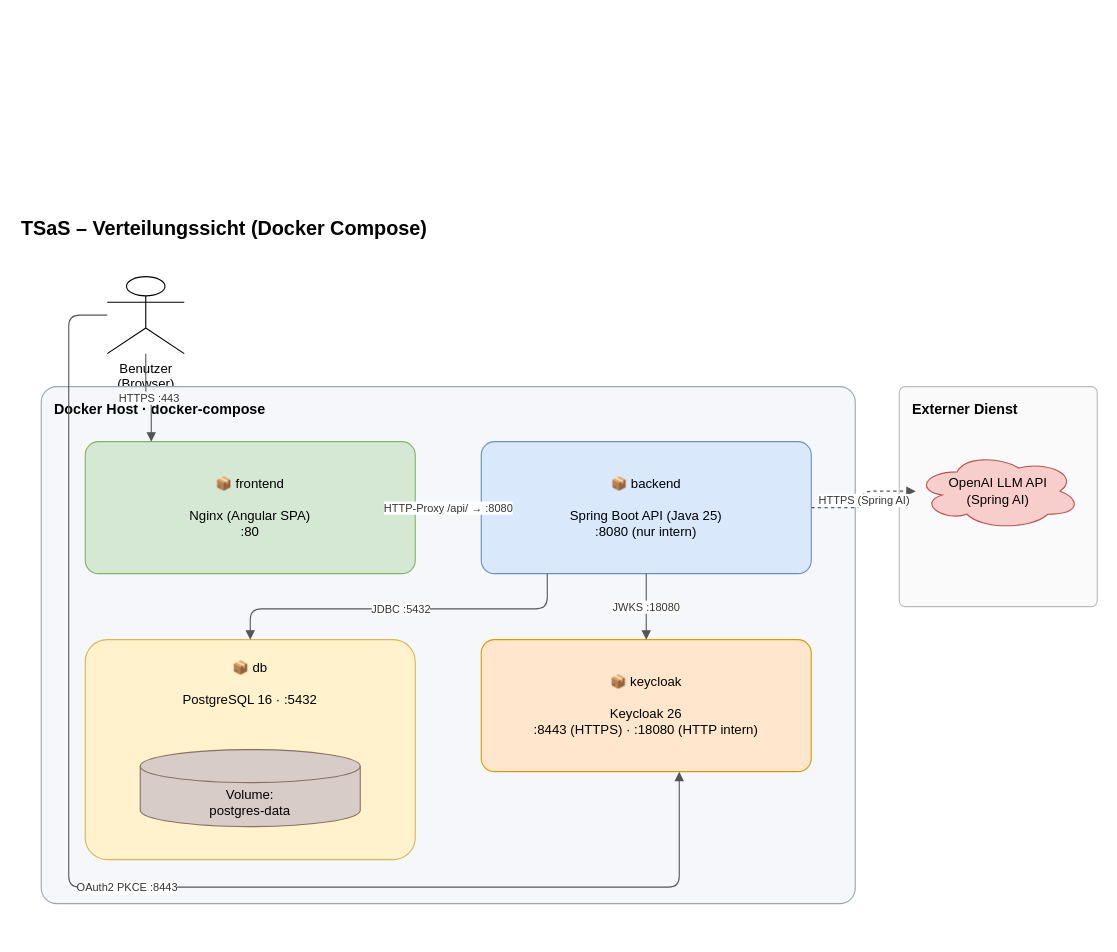
cbo1970/tsas keeps this draw.io diagram as doc/sad/diagrams/TSaS_Deployment.drawio. Above is the earlier version. Source tidied: cells renumbered, new cells numbered last; positions are measured from the earlier drawing's top-left corner, leaving out a move shared by most shapes. Both pictures are drawn from the tidied source at 110%, with x=0, y=0 at pixel (19, 212).
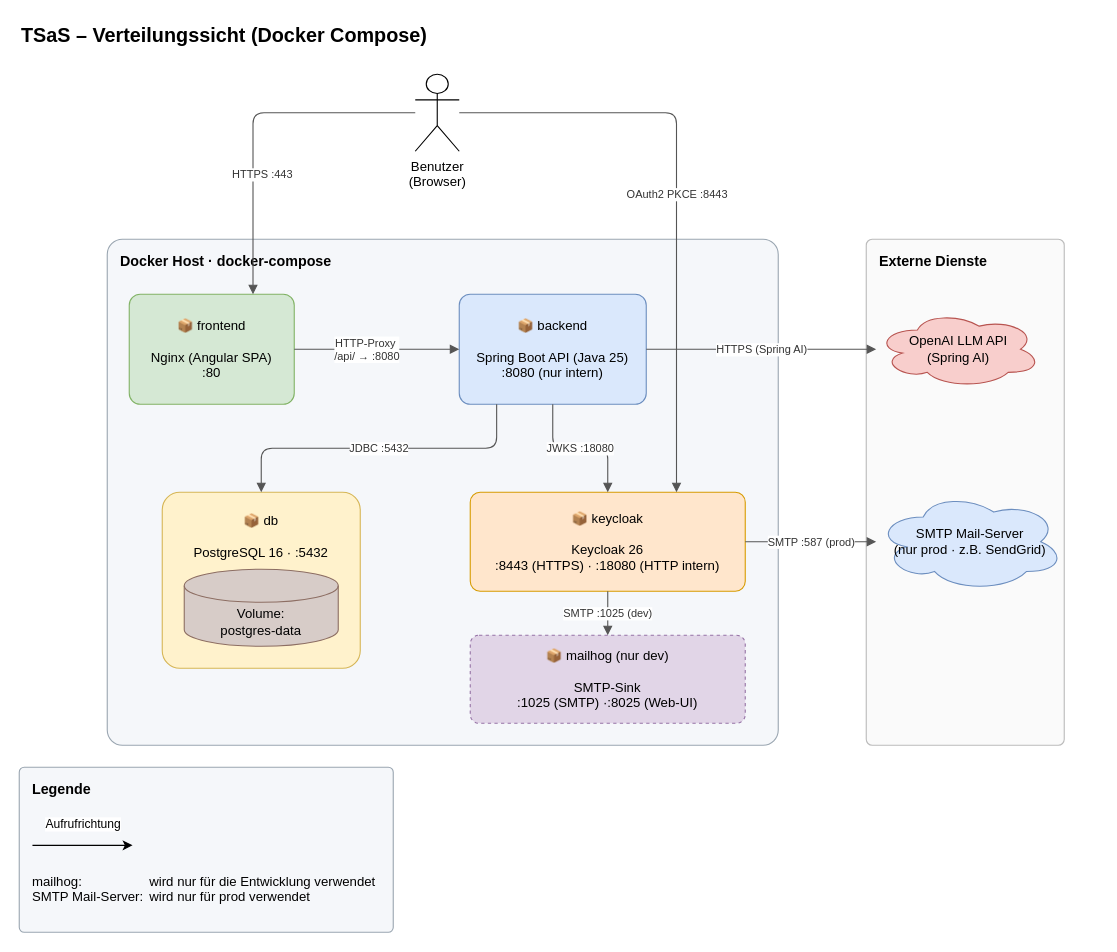
Above is the later version.

The edit, as a diff of the source:
```diff
@@
     <mxCell id="2" value="TSaS – Verteilungssicht (Docker Compose)" style="text;html=1;strokeColor=none;fillColor=none;align=left;verticalAlign=middle;fontStyle=1;fontSize=18;" parent="1" vertex="1">
-      <mxGeometry width="640" height="30" as="geometry" />
+      <mxGeometry y="-176" width="640" height="30" as="geometry" />
     </mxCell>
-    <mxCell id="3" value="Benutzer&#10;(Browser)" style="shape=umlActor;verticalLabelPosition=bottom;verticalAlign=top;html=1;outlineConnect=0;fontSize=12;" parent="1" vertex="1">
-      <mxGeometry x="80" y="58" width="70" height="70" as="geometry" />
-    </mxCell>
     <mxCell id="4" value="Docker Host · docker-compose" style="rounded=1;arcSize=3;whiteSpace=wrap;html=1;fillColor=#F5F7FA;strokeColor=#9AA6B1;verticalAlign=top;align=left;fontStyle=1;fontSize=13;spacingLeft=10;spacingTop=6;" parent="1" vertex="1">
-      <mxGeometry x="20" y="158" width="740" height="470" as="geometry" />
+      <mxGeometry x="80" y="24" width="610" height="460" as="geometry" />
     </mxCell>
     <mxCell id="5" value="📦 frontend&#10;&#10;Nginx (Angular SPA)&#10;:80" style="rounded=1;arcSize=10;whiteSpace=wrap;html=1;fillColor=#D5E8D4;strokeColor=#82B366;fontSize=12;align=center;" parent="1" vertex="1">
-      <mxGeometry x="60" y="208" width="300" height="120" as="geometry" />
+      <mxGeometry x="100" y="74" width="150" height="100" as="geometry" />
     </mxCell>
     <mxCell id="6" value="📦 backend&#10;&#10;Spring Boot API (Java 25)&#10;:8080 (nur intern)" style="rounded=1;arcSize=10;whiteSpace=wrap;html=1;fillColor=#DAE8FC;strokeColor=#6C8EBF;fontSize=12;align=center;" parent="1" vertex="1">
-      <mxGeometry x="420" y="208" width="300" height="120" as="geometry" />
+      <mxGeometry x="400" y="74" width="170" height="100" as="geometry" />
     </mxCell>
     <mxCell id="7" value="📦 db&#10;&#10;PostgreSQL 16 · :5432" style="rounded=1;arcSize=10;whiteSpace=wrap;html=1;fillColor=#FFF2CC;strokeColor=#D6B656;fontSize=12;align=center;verticalAlign=top;spacingTop=12;" parent="1" vertex="1">
-      <mxGeometry x="60" y="388" width="300" height="200" as="geometry" />
+      <mxGeometry x="130" y="254" width="180" height="160" as="geometry" />
     </mxCell>
     <mxCell id="8" value="Volume:&#10;postgres-data" style="shape=cylinder3;whiteSpace=wrap;html=1;boundedLbl=1;backgroundOutline=1;fillColor=#D7CCC8;strokeColor=#8D6E63;fontSize=12;" parent="1" vertex="1">
-      <mxGeometry x="110" y="488" width="200" height="70" as="geometry" />
+      <mxGeometry x="150" y="324" width="140" height="70" as="geometry" />
     </mxCell>
     <mxCell id="9" value="📦 keycloak&#10;&#10;Keycloak 26&#10;:8443 (HTTPS) · :18080 (HTTP intern)" style="rounded=1;arcSize=10;whiteSpace=wrap;html=1;fillColor=#FFE6CC;strokeColor=#D79B00;fontSize=12;align=center;" parent="1" vertex="1">
-      <mxGeometry x="420" y="388" width="300" height="120" as="geometry" />
+      <mxGeometry x="410" y="254" width="250" height="90" as="geometry" />
     </mxCell>
-    <mxCell id="10" value="Externer Dienst" style="rounded=1;arcSize=3;whiteSpace=wrap;html=1;fillColor=#FAFAFA;strokeColor=#BBBBBB;verticalAlign=top;align=left;fontStyle=1;fontSize=13;spacingLeft=10;spacingTop=6;" parent="1" vertex="1">
-      <mxGeometry x="800" y="158" width="180" height="200" as="geometry" />
+    <mxCell id="10" value="Externe Dienste" style="rounded=1;arcSize=3;whiteSpace=wrap;html=1;fillColor=#FAFAFA;strokeColor=#BBBBBB;verticalAlign=top;align=left;fontStyle=1;fontSize=13;spacingLeft=10;spacingTop=6;" parent="1" vertex="1">
+      <mxGeometry x="770" y="24" width="180" height="460" as="geometry" />
     </mxCell>
     <mxCell id="11" value="OpenAI LLM API&#10;(Spring AI)" style="shape=cloud;whiteSpace=wrap;html=1;fillColor=#F8CECC;strokeColor=#B85450;fontSize=12;" parent="1" vertex="1">
-      <mxGeometry x="815" y="218" width="150" height="70" as="geometry" />
+      <mxGeometry x="779" y="89" width="150" height="70" as="geometry" />
     </mxCell>
-    <mxCell id="12" value="HTTPS :443" style="edgeStyle=orthogonalEdgeStyle;rounded=1;jettySize=auto;html=1;fontSize=10;labelBackgroundColor=#FFFFFF;endArrow=block;strokeColor=#555555;fontColor=#333333;exitX=0.5;exitY=1;exitDx=0;exitDy=0;entryX=0.2;entryY=0;entryDx=0;entryDy=0;" parent="1" edge="1" source="3" target="5">
-      <mxGeometry relative="1" as="geometry" />
+    <mxCell id="12" value="HTTPS :443" style="rounded=1;jettySize=auto;html=1;fontSize=10;labelBackgroundColor=#FFFFFF;endArrow=block;strokeColor=#555555;fontColor=#333333;entryX=0.75;entryY=0;entryDx=0;entryDy=0;edgeStyle=orthogonalEdgeStyle;" parent="1" edge="1" source="3" target="5">
+      <mxGeometry x="0.3" y="8" relative="1" as="geometry" />
     </mxCell>
-    <mxCell id="13" value="HTTP-Proxy /api/ → :8080" style="edgeStyle=orthogonalEdgeStyle;rounded=1;jettySize=auto;html=1;fontSize=10;labelBackgroundColor=#FFFFFF;endArrow=block;strokeColor=#555555;fontColor=#333333;exitX=1;exitY=0.5;exitDx=0;exitDy=0;entryX=0;entryY=0.5;entryDx=0;entryDy=0;" parent="1" edge="1" source="5" target="6">
-      <mxGeometry relative="1" as="geometry" />
+    <mxCell id="13" value="HTTP-Proxy&amp;nbsp;&lt;div&gt;/api/ → :8080&lt;/div&gt;" style="edgeStyle=orthogonalEdgeStyle;rounded=1;jettySize=auto;html=1;fontSize=10;labelBackgroundColor=#FFFFFF;endArrow=block;strokeColor=#555555;fontColor=#333333;exitX=1;exitY=0.5;exitDx=0;exitDy=0;entryX=0;entryY=0.5;entryDx=0;entryDy=0;" parent="1" edge="1" source="5" target="6">
+      <mxGeometry x="-0.12" relative="1" as="geometry" />
     </mxCell>
-    <mxCell id="14" value="JDBC :5432" style="edgeStyle=orthogonalEdgeStyle;rounded=1;jettySize=auto;html=1;fontSize=10;labelBackgroundColor=#FFFFFF;endArrow=block;strokeColor=#555555;fontColor=#333333;exitX=0.2;exitY=1;exitDx=0;exitDy=0;entryX=0.5;entryY=0;entryDx=0;entryDy=0;" parent="1" edge="1" source="6" target="7">
-      <mxGeometry relative="1" as="geometry">
-        <Array as="points">
-          <mxPoint x="480" y="360" />
-          <mxPoint x="210" y="360" />
-        </Array>
-      </mxGeometry>
+    <mxCell id="14" value="JDBC :5432" style="rounded=1;jettySize=auto;html=1;fontSize=10;labelBackgroundColor=#FFFFFF;endArrow=block;strokeColor=#555555;fontColor=#333333;exitX=0.2;exitY=1;exitDx=0;exitDy=0;entryX=0.5;entryY=0;entryDx=0;entryDy=0;edgeStyle=orthogonalEdgeStyle;" parent="1" edge="1" source="6" target="7">
+      <mxGeometry relative="1" as="geometry" />
     </mxCell>
@@
-    <mxCell id="16" value="OAuth2 PKCE :8443" style="edgeStyle=orthogonalEdgeStyle;rounded=1;jettySize=auto;html=1;fontSize=10;labelBackgroundColor=#FFFFFF;endArrow=block;strokeColor=#555555;fontColor=#333333;exitX=0;exitY=0.5;exitDx=0;exitDy=0;entryX=0.6;entryY=1;entryDx=0;entryDy=0;" parent="1" edge="1" source="3" target="9">
-      <mxGeometry relative="1" as="geometry">
-        <Array as="points">
-          <mxPoint x="45" y="93" />
-          <mxPoint x="45" y="613" />
-          <mxPoint x="600" y="613" />
-        </Array>
-      </mxGeometry>
+    <mxCell id="16" value="OAuth2 PKCE :8443" style="rounded=1;jettySize=auto;html=1;fontSize=10;labelBackgroundColor=#FFFFFF;endArrow=block;strokeColor=#555555;fontColor=#333333;entryX=0.75;entryY=0;entryDx=0;entryDy=0;edgeStyle=orthogonalEdgeStyle;" parent="1" edge="1" source="3" target="9">
+      <mxGeometry relative="1" as="geometry" />
     </mxCell>
-    <mxCell id="17" value="HTTPS (Spring AI)" style="edgeStyle=orthogonalEdgeStyle;rounded=1;jettySize=auto;html=1;fontSize=10;labelBackgroundColor=#FFFFFF;endArrow=block;strokeColor=#555555;fontColor=#333333;dashed=1;exitX=1;exitY=0.5;exitDx=0;exitDy=0;entryX=0;entryY=0.5;entryDx=0;entryDy=0;" parent="1" edge="1" source="6" target="11">
+    <mxCell id="17" value="HTTPS (Spring AI)" style="edgeStyle=orthogonalEdgeStyle;rounded=1;jettySize=auto;html=1;fontSize=10;labelBackgroundColor=#FFFFFF;endArrow=block;strokeColor=#555555;fontColor=#333333;exitX=1;exitY=0.5;exitDx=0;exitDy=0;entryX=0;entryY=0.5;entryDx=0;entryDy=0;" parent="1" edge="1" source="6" target="11">
       <mxGeometry relative="1" as="geometry" />
     </mxCell>
+    <mxCell id="18" value="📦 mailhog (nur dev)&lt;br&gt;&lt;br&gt;SMTP-Sink&lt;br&gt;:1025 (SMTP) ·:8025 (Web-UI)" style="rounded=1;arcSize=10;whiteSpace=wrap;html=1;fillColor=#E1D5E7;strokeColor=#9673A6;fontSize=12;align=center;dashed=1;" parent="1" vertex="1">
+      <mxGeometry x="410" y="384" width="250" height="80" as="geometry" />
+    </mxCell>
+    <mxCell id="19" value="SMTP Mail-Server&#10;(nur prod · z.B. SendGrid)" style="shape=cloud;whiteSpace=wrap;html=1;fillColor=#DAE8FC;strokeColor=#6C8EBF;fontSize=12;" parent="1" vertex="1">
+      <mxGeometry x="779" y="254" width="171" height="90" as="geometry" />
+    </mxCell>
+    <mxCell id="20" value="SMTP :1025 (dev)" style="edgeStyle=orthogonalEdgeStyle;rounded=1;jettySize=auto;html=1;fontSize=10;labelBackgroundColor=#FFFFFF;endArrow=block;strokeColor=#555555;fontColor=#333333;exitX=0.5;exitY=1;exitDx=0;exitDy=0;entryX=0.5;entryY=0;entryDx=0;entryDy=0;" parent="1" edge="1" source="9" target="18">
+      <mxGeometry relative="1" as="geometry" />
+    </mxCell>
+    <mxCell id="21" value="SMTP :587 (prod)" style="edgeStyle=orthogonalEdgeStyle;rounded=1;jettySize=auto;html=1;fontSize=10;labelBackgroundColor=#FFFFFF;endArrow=block;strokeColor=#555555;fontColor=#333333;exitX=1;exitY=0.5;exitDx=0;exitDy=0;entryX=0;entryY=0.5;entryDx=0;entryDy=0;" parent="1" edge="1" source="9" target="19">
+      <mxGeometry relative="1" as="geometry" />
+    </mxCell>
+    <mxCell id="3" value="Benutzer&#10;(Browser)" style="shape=umlActor;verticalLabelPosition=bottom;verticalAlign=top;html=1;outlineConnect=0;fontSize=12;" parent="1" vertex="1">
+      <mxGeometry x="360" y="-126" width="40" height="70" as="geometry" />
+    </mxCell>
+    <mxCell id="22" style="group;" parent="1" vertex="1">
+      <mxGeometry y="504" width="340" height="150" as="geometry" />
+    </mxCell>
+    <mxCell id="23" value="Legende&lt;div&gt;&lt;br&gt;&lt;/div&gt;" style="rounded=1;arcSize=3;whiteSpace=wrap;html=1;fillColor=#F5F7FA;strokeColor=#9AA6B1;verticalAlign=top;align=left;fontStyle=1;fontSize=13;spacingLeft=10;spacingTop=6;" parent="22" vertex="1">
+      <mxGeometry width="340" height="150" as="geometry" />
+    </mxCell>
+    <mxCell id="24" value="mailhog:&lt;span style=&quot;white-space: pre;&quot;&gt;&#9;&lt;span style=&quot;white-space: pre;&quot;&gt;&#9;&lt;/span&gt;&lt;span style=&quot;white-space: pre;&quot;&gt;&#9;&lt;/span&gt;&lt;/span&gt;wird nur für die Entwicklung verwendet&lt;div&gt;SMTP Mail-Server:&lt;span style=&quot;white-space: pre;&quot;&gt;&#9;&lt;/span&gt;wird nur für prod verwendet&lt;/div&gt;" style="text;html=1;whiteSpace=wrap;strokeColor=none;fillColor=none;align=left;verticalAlign=top;rounded=0;" parent="22" vertex="1">
+      <mxGeometry x="10" y="90" width="330" height="50" as="geometry" />
+    </mxCell>
+    <mxCell id="25" style="endArrow=classic;html=1;rounded=0;" parent="22" edge="1">
+      <mxGeometry relative="1" as="geometry">
+        <mxPoint x="12" y="71" as="sourcePoint" />
+        <mxPoint x="103" y="71" as="targetPoint" />
+      </mxGeometry>
+    </mxCell>
+    <mxCell id="26" value="Aufrufrichtung" style="edgeLabel;html=1;align=center;verticalAlign=middle;" parent="25" vertex="1">
+      <mxGeometry x="0.29" y="2" relative="1" as="geometry">
+        <mxPoint x="-14" y="-18" as="offset" />
+      </mxGeometry>
+    </mxCell>
```
